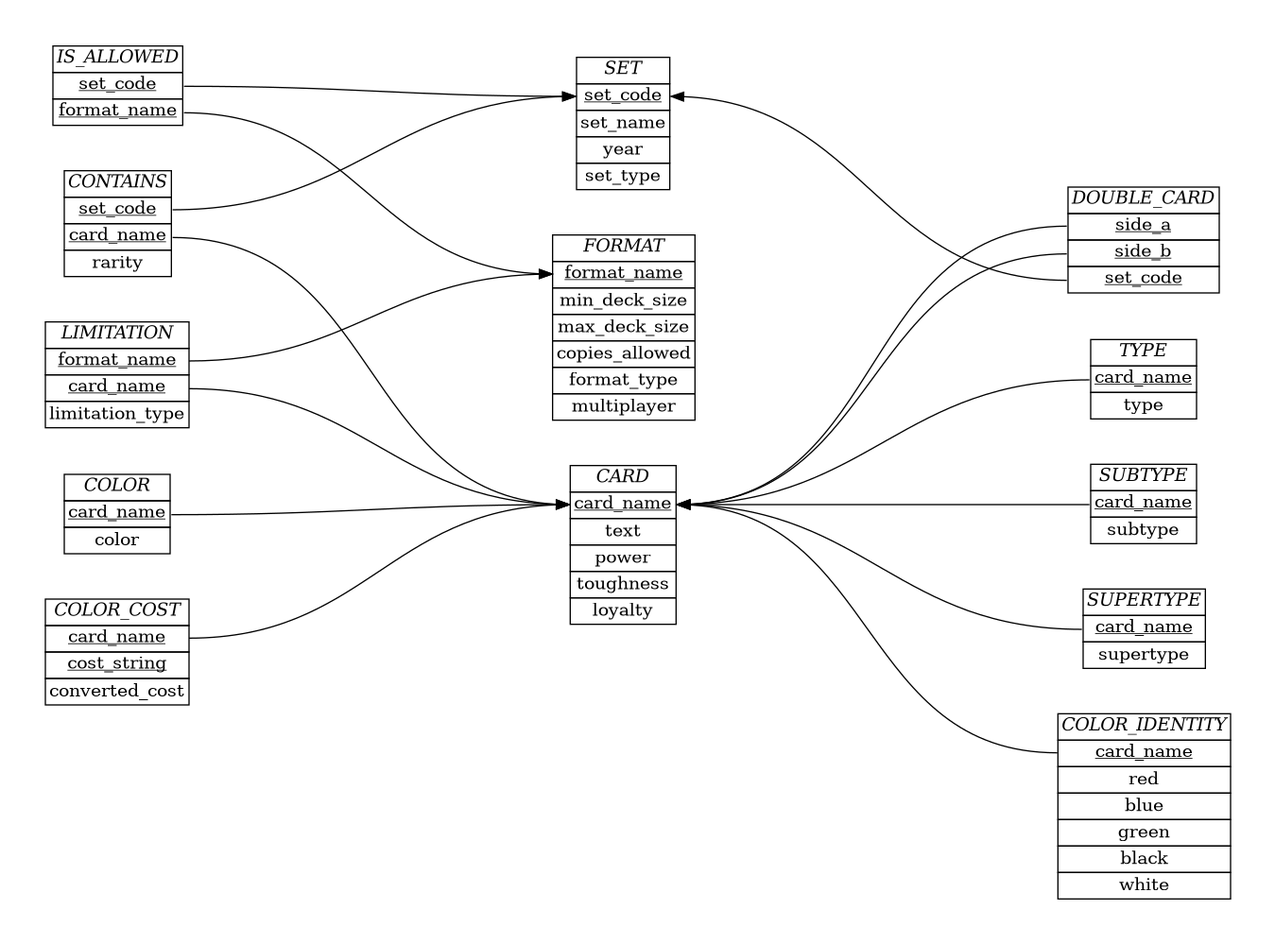
Earlier version of the Graphviz export schema/ER_diagram.png (akilmarshall/trumark). Its source is kept beside it as schema/ER_diagram.dot.
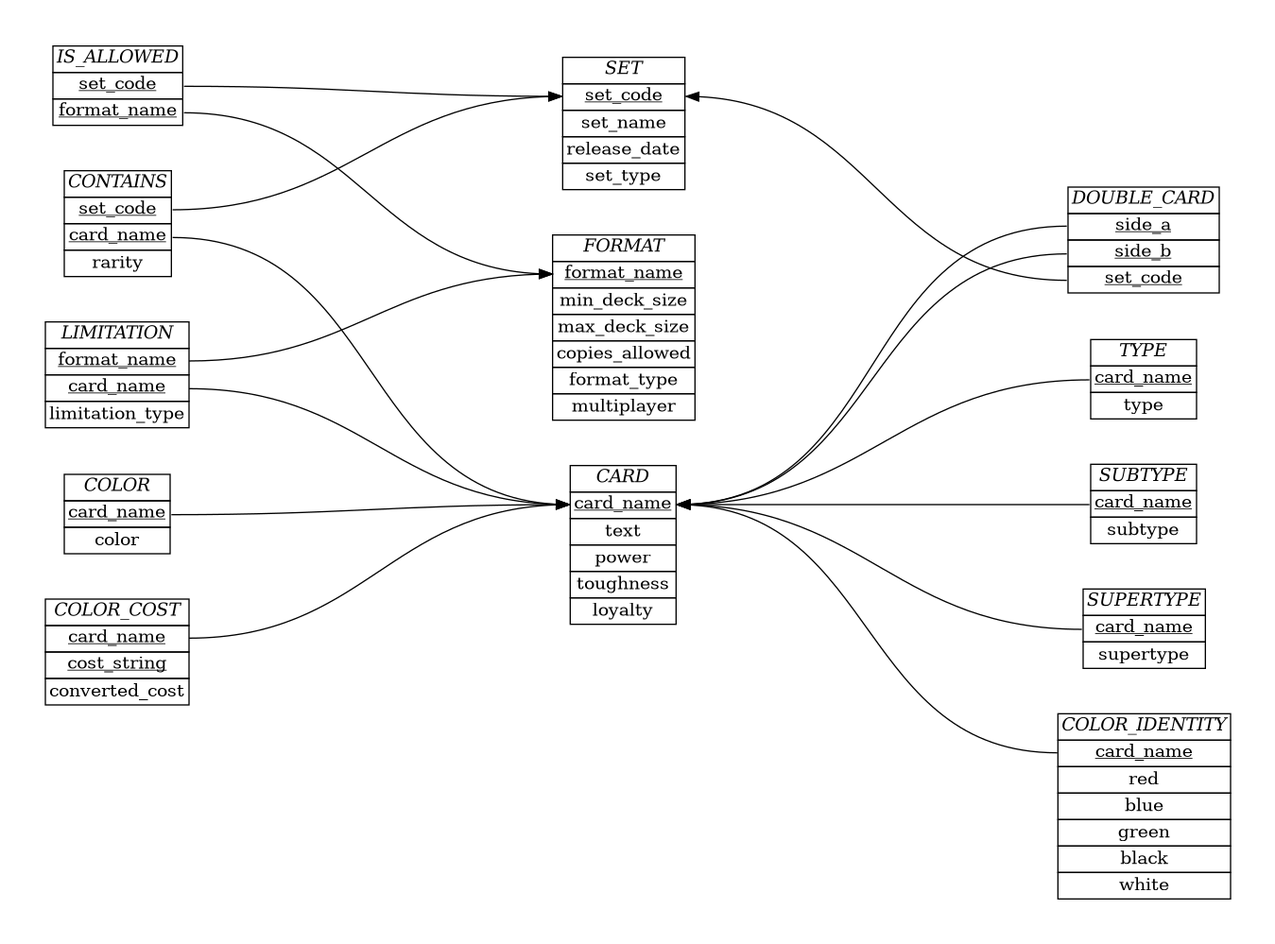
Above is the later version.

Commit message:
changed year to release_date

What changed in the source:
```diff
@@ -19,7 +19,7 @@
         <tr><td><i>SET</i></td></tr>
         <tr><td port="1"><u><font color="black">set_code</font></u></td></tr>
         <tr><td port="2"><font color="black">set_name</font></td></tr>
-        <tr><td port="3">year</td></tr>
+        <tr><td port="3">release_date</td></tr>
         <tr><td port="4">set_type</td></tr>
         </table>>];
 
```
